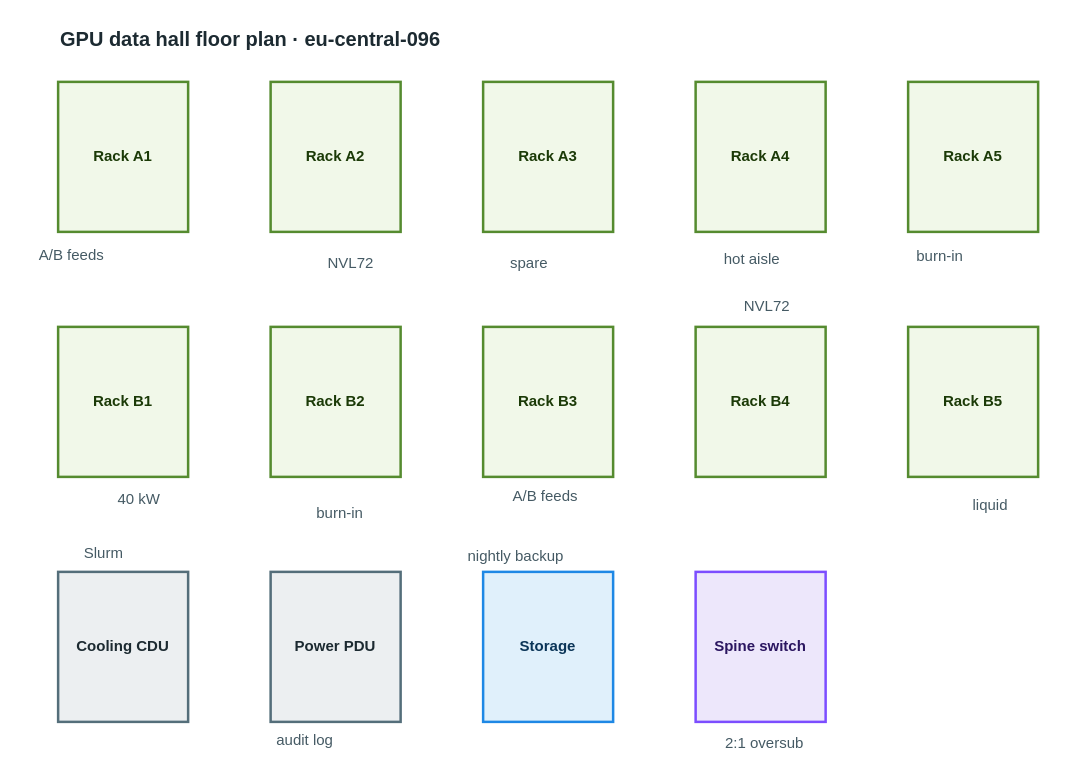
This is apps/web/public/samples/library/096-gpu-data-hall-floor-plan.drawio from AryanG01/open-apprentice, a draw.io file, before an edit. Source tidied: cells renumbered, new cells numbered last; positions are measured from the earlier drawing's top-left corner, leaving out a move shared by most shapes. Both pictures are drawn from the tidied source at 125%, with x=0, y=0 at pixel (39, 21).
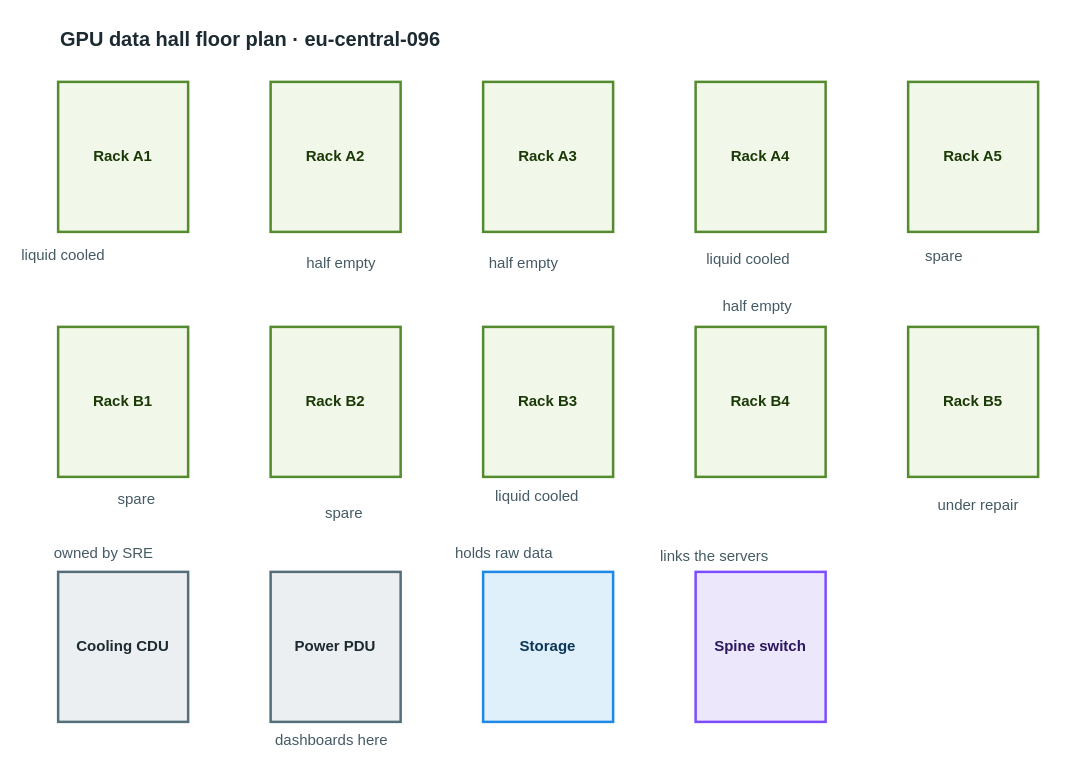
After the change.

Change to the diagram source:
```diff
@@
-    <mxCell id="17" value="A/B feeds" style="text;html=1;align=left;verticalAlign=top;whiteSpace=nowrap;spacing=0;spacingTop=0;strokeColor=none;fillColor=none;fontSize=12;fontColor=#455a64;" parent="1" vertex="1">
-      <mxGeometry y="175" width="75" height="20" as="geometry" />
+    <mxCell id="17" value="liquid cooled" style="text;html=1;align=left;verticalAlign=top;whiteSpace=nowrap;spacing=0;spacingTop=0;strokeColor=none;fillColor=none;fontSize=12;fontColor=#455a64;" parent="1" vertex="1">
+      <mxGeometry x="-14" y="175" width="103" height="20" as="geometry" />
     </mxCell>
-    <mxCell id="18" value="NVL72" style="text;html=1;align=left;verticalAlign=top;whiteSpace=nowrap;spacing=0;spacingTop=0;strokeColor=none;fillColor=none;fontSize=12;fontColor=#455a64;" parent="1" vertex="1">
-      <mxGeometry x="231" y="181" width="47" height="20" as="geometry" />
+    <mxCell id="18" value="half empty" style="text;html=1;align=left;verticalAlign=top;whiteSpace=nowrap;spacing=0;spacingTop=0;strokeColor=none;fillColor=none;fontSize=12;fontColor=#455a64;" parent="1" vertex="1">
+      <mxGeometry x="214" y="181" width="82" height="20" as="geometry" />
     </mxCell>
-    <mxCell id="19" value="spare" style="text;html=1;align=left;verticalAlign=top;whiteSpace=nowrap;spacing=0;spacingTop=0;strokeColor=none;fillColor=none;fontSize=12;fontColor=#455a64;" parent="1" vertex="1">
-      <mxGeometry x="377" y="181" width="47" height="20" as="geometry" />
+    <mxCell id="19" value="half empty" style="text;html=1;align=left;verticalAlign=top;whiteSpace=nowrap;spacing=0;spacingTop=0;strokeColor=none;fillColor=none;fontSize=12;fontColor=#455a64;" parent="1" vertex="1">
+      <mxGeometry x="360" y="181" width="82" height="20" as="geometry" />
     </mxCell>
-    <mxCell id="20" value="hot aisle" style="text;html=1;align=left;verticalAlign=top;whiteSpace=nowrap;spacing=0;spacingTop=0;strokeColor=none;fillColor=none;fontSize=12;fontColor=#455a64;" parent="1" vertex="1">
-      <mxGeometry x="548" y="178" width="75" height="20" as="geometry" />
+    <mxCell id="20" value="liquid cooled" style="text;html=1;align=left;verticalAlign=top;whiteSpace=nowrap;spacing=0;spacingTop=0;strokeColor=none;fillColor=none;fontSize=12;fontColor=#455a64;" parent="1" vertex="1">
+      <mxGeometry x="534" y="178" width="103" height="20" as="geometry" />
     </mxCell>
-    <mxCell id="21" value="burn-in" style="text;html=1;align=left;verticalAlign=top;whiteSpace=nowrap;spacing=0;spacingTop=0;strokeColor=none;fillColor=none;fontSize=12;fontColor=#455a64;" parent="1" vertex="1">
-      <mxGeometry x="702" y="176" width="61" height="20" as="geometry" />
+    <mxCell id="21" value="spare" style="text;html=1;align=left;verticalAlign=top;whiteSpace=nowrap;spacing=0;spacingTop=0;strokeColor=none;fillColor=none;fontSize=12;fontColor=#455a64;" parent="1" vertex="1">
+      <mxGeometry x="709" y="176" width="47" height="20" as="geometry" />
     </mxCell>
-    <mxCell id="22" value="40 kW" style="text;html=1;align=left;verticalAlign=top;whiteSpace=nowrap;spacing=0;spacingTop=0;strokeColor=none;fillColor=none;fontSize=12;fontColor=#455a64;" parent="1" vertex="1">
+    <mxCell id="22" value="spare" style="text;html=1;align=left;verticalAlign=top;whiteSpace=nowrap;spacing=0;spacingTop=0;strokeColor=none;fillColor=none;fontSize=12;fontColor=#455a64;" parent="1" vertex="1">
       <mxGeometry x="63" y="370" width="47" height="20" as="geometry" />
     </mxCell>
-    <mxCell id="23" value="burn-in" style="text;html=1;align=left;verticalAlign=top;whiteSpace=nowrap;spacing=0;spacingTop=0;strokeColor=none;fillColor=none;fontSize=12;fontColor=#455a64;" parent="1" vertex="1">
-      <mxGeometry x="222" y="381" width="61" height="20" as="geometry" />
+    <mxCell id="23" value="spare" style="text;html=1;align=left;verticalAlign=top;whiteSpace=nowrap;spacing=0;spacingTop=0;strokeColor=none;fillColor=none;fontSize=12;fontColor=#455a64;" parent="1" vertex="1">
+      <mxGeometry x="229" y="381" width="47" height="20" as="geometry" />
     </mxCell>
-    <mxCell id="24" value="A/B feeds" style="text;html=1;align=left;verticalAlign=top;whiteSpace=nowrap;spacing=0;spacingTop=0;strokeColor=none;fillColor=none;fontSize=12;fontColor=#455a64;" parent="1" vertex="1">
-      <mxGeometry x="379" y="368" width="75" height="20" as="geometry" />
+    <mxCell id="24" value="liquid cooled" style="text;html=1;align=left;verticalAlign=top;whiteSpace=nowrap;spacing=0;spacingTop=0;strokeColor=none;fillColor=none;fontSize=12;fontColor=#455a64;" parent="1" vertex="1">
+      <mxGeometry x="365" y="368" width="103" height="20" as="geometry" />
     </mxCell>
-    <mxCell id="25" value="NVL72" style="text;html=1;align=left;verticalAlign=top;whiteSpace=nowrap;spacing=0;spacingTop=0;strokeColor=none;fillColor=none;fontSize=12;fontColor=#455a64;" parent="1" vertex="1">
-      <mxGeometry x="564" y="216" width="47" height="20" as="geometry" />
+    <mxCell id="25" value="half empty" style="text;html=1;align=left;verticalAlign=top;whiteSpace=nowrap;spacing=0;spacingTop=0;strokeColor=none;fillColor=none;fontSize=12;fontColor=#455a64;" parent="1" vertex="1">
+      <mxGeometry x="547" y="216" width="82" height="20" as="geometry" />
     </mxCell>
-    <mxCell id="26" value="liquid" style="text;html=1;align=left;verticalAlign=top;whiteSpace=nowrap;spacing=0;spacingTop=0;strokeColor=none;fillColor=none;fontSize=12;fontColor=#455a64;" parent="1" vertex="1">
-      <mxGeometry x="747" y="375" width="54" height="20" as="geometry" />
+    <mxCell id="26" value="under repair" style="text;html=1;align=left;verticalAlign=top;whiteSpace=nowrap;spacing=0;spacingTop=0;strokeColor=none;fillColor=none;fontSize=12;fontColor=#455a64;" parent="1" vertex="1">
+      <mxGeometry x="719" y="375" width="96" height="20" as="geometry" />
     </mxCell>
-    <mxCell id="27" value="Slurm" style="text;html=1;align=left;verticalAlign=top;whiteSpace=nowrap;spacing=0;spacingTop=0;strokeColor=none;fillColor=none;fontSize=12;fontColor=#455a64;" parent="1" vertex="1">
-      <mxGeometry x="36" y="413" width="47" height="20" as="geometry" />
+    <mxCell id="27" value="owned by SRE" style="text;html=1;align=left;verticalAlign=top;whiteSpace=nowrap;spacing=0;spacingTop=0;strokeColor=none;fillColor=none;fontSize=12;fontColor=#455a64;" parent="1" vertex="1">
+      <mxGeometry x="12" y="413" width="96" height="20" as="geometry" />
     </mxCell>
-    <mxCell id="28" value="audit log" style="text;html=1;align=left;verticalAlign=top;whiteSpace=nowrap;spacing=0;spacingTop=0;strokeColor=none;fillColor=none;fontSize=12;fontColor=#455a64;" parent="1" vertex="1">
-      <mxGeometry x="190" y="563" width="75" height="20" as="geometry" />
+    <mxCell id="28" value="dashboards here" style="text;html=1;align=left;verticalAlign=top;whiteSpace=nowrap;spacing=0;spacingTop=0;strokeColor=none;fillColor=none;fontSize=12;fontColor=#455a64;" parent="1" vertex="1">
+      <mxGeometry x="189" y="563" width="117" height="20" as="geometry" />
     </mxCell>
-    <mxCell id="29" value="nightly backup" style="text;html=1;align=left;verticalAlign=top;whiteSpace=nowrap;spacing=0;spacingTop=0;strokeColor=none;fillColor=none;fontSize=12;fontColor=#455a64;" parent="1" vertex="1">
-      <mxGeometry x="343" y="416" width="110" height="20" as="geometry" />
+    <mxCell id="29" value="holds raw data" style="text;html=1;align=left;verticalAlign=top;whiteSpace=nowrap;spacing=0;spacingTop=0;strokeColor=none;fillColor=none;fontSize=12;fontColor=#455a64;" parent="1" vertex="1">
+      <mxGeometry x="333" y="413" width="110" height="20" as="geometry" />
     </mxCell>
-    <mxCell id="30" value="2:1 oversub" style="text;html=1;align=left;verticalAlign=top;whiteSpace=nowrap;spacing=0;spacingTop=0;strokeColor=none;fillColor=none;fontSize=12;fontColor=#455a64;" parent="1" vertex="1">
-      <mxGeometry x="549" y="565" width="89" height="20" as="geometry" />
+    <mxCell id="30" value="links the servers" style="text;html=1;align=left;verticalAlign=top;whiteSpace=nowrap;spacing=0;spacingTop=0;strokeColor=none;fillColor=none;fontSize=12;fontColor=#455a64;" parent="1" vertex="1">
+      <mxGeometry x="497" y="416" width="131" height="20" as="geometry" />
     </mxCell>
```
